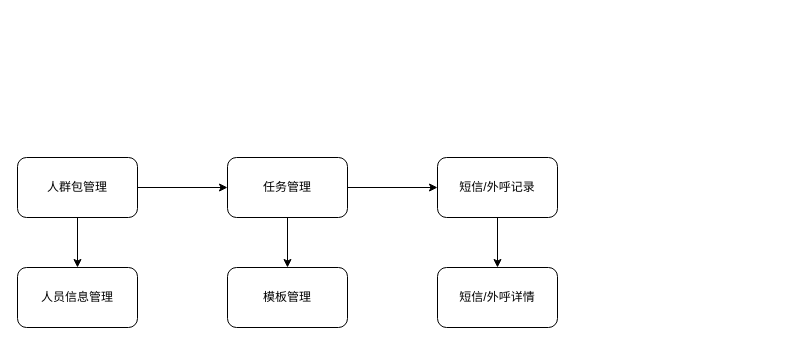
shoacom/docs keeps this draw.io diagram as 触达.drawio. Above is the earlier version. Source tidied: cells renumbered, new cells numbered last; positions are measured from the earlier drawing's top-left corner, leaving out a move shared by most shapes. Both pictures are drawn from the tidied source at 100%, with x=0, y=0 at pixel (17, 157).
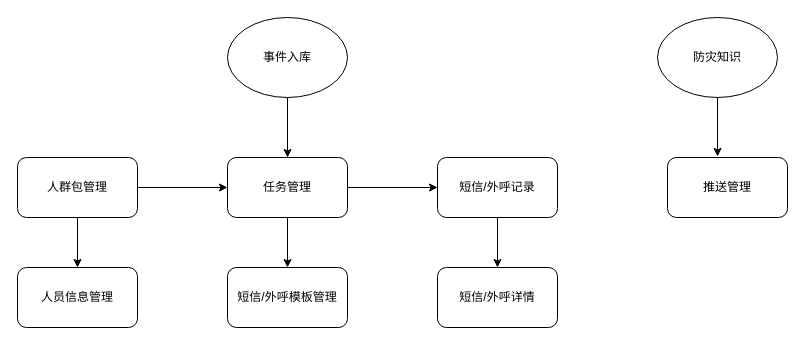
Above is the later version.

Diff of the diagram source:
```diff
@@
 <mxGraphModel>
   <root>
     <mxCell id="0" />
     <mxCell id="1" parent="0" />
     <mxCell id="2" value="人员信息管理" style="rounded=1;whiteSpace=wrap;html=1;" parent="1" vertex="1">
       <mxGeometry y="110" width="120" height="60" as="geometry" />
     </mxCell>
     <mxCell id="3" style="edgeStyle=orthogonalEdgeStyle;rounded=0;jettySize=auto;html=1;exitX=0.5;exitY=1;exitDx=0;exitDy=0;" parent="1" edge="1" source="5" target="2">
       <mxGeometry relative="1" as="geometry" />
     </mxCell>
     <mxCell id="4" style="edgeStyle=orthogonalEdgeStyle;rounded=0;jettySize=auto;html=1;exitX=1;exitY=0.5;exitDx=0;exitDy=0;entryX=0;entryY=0.5;entryDx=0;entryDy=0;" parent="1" edge="1" source="5" target="8">
       <mxGeometry relative="1" as="geometry" />
     </mxCell>
     <mxCell id="5" value="人群包管理" style="rounded=1;whiteSpace=wrap;html=1;" parent="1" vertex="1">
       <mxGeometry width="120" height="60" as="geometry" />
     </mxCell>
     <mxCell id="6" style="edgeStyle=orthogonalEdgeStyle;rounded=0;jettySize=auto;html=1;exitX=0.5;exitY=1;exitDx=0;exitDy=0;entryX=0.5;entryY=0;entryDx=0;entryDy=0;" parent="1" edge="1" source="8" target="9">
       <mxGeometry relative="1" as="geometry" />
     </mxCell>
     <mxCell id="7" style="edgeStyle=orthogonalEdgeStyle;rounded=0;jettySize=auto;html=1;exitX=1;exitY=0.5;exitDx=0;exitDy=0;entryX=0;entryY=0.5;entryDx=0;entryDy=0;" parent="1" edge="1" source="8" target="11">
       <mxGeometry relative="1" as="geometry" />
     </mxCell>
     <mxCell id="8" value="任务管理" style="rounded=1;whiteSpace=wrap;html=1;" parent="1" vertex="1">
       <mxGeometry x="210" width="120" height="60" as="geometry" />
     </mxCell>
-    <mxCell id="9" value="模板管理" style="rounded=1;whiteSpace=wrap;html=1;" parent="1" vertex="1">
+    <mxCell id="9" value="短信/外呼模板管理" style="rounded=1;whiteSpace=wrap;html=1;" parent="1" vertex="1">
       <mxGeometry x="210" y="110" width="120" height="60" as="geometry" />
     </mxCell>
     <mxCell id="10" style="edgeStyle=orthogonalEdgeStyle;rounded=0;jettySize=auto;html=1;exitX=0.5;exitY=1;exitDx=0;exitDy=0;entryX=0.5;entryY=0;entryDx=0;entryDy=0;" parent="1" edge="1" source="11" target="12">
       <mxGeometry relative="1" as="geometry" />
     </mxCell>
     <mxCell id="11" value="短信/外呼记录" style="rounded=1;whiteSpace=wrap;html=1;" parent="1" vertex="1">
       <mxGeometry x="420" width="120" height="60" as="geometry" />
     </mxCell>
     <mxCell id="12" value="短信/外呼详情" style="rounded=1;whiteSpace=wrap;html=1;" parent="1" vertex="1">
       <mxGeometry x="420" y="110" width="120" height="60" as="geometry" />
     </mxCell>
+    <mxCell id="13" style="edgeStyle=orthogonalEdgeStyle;rounded=0;jettySize=auto;html=1;exitX=0.5;exitY=1;exitDx=0;exitDy=0;entryX=0.5;entryY=0;entryDx=0;entryDy=0;" parent="1" edge="1" source="14" target="8">
+      <mxGeometry relative="1" as="geometry" />
+    </mxCell>
+    <mxCell id="14" value="事件入库" style="ellipse;whiteSpace=wrap;html=1;" parent="1" vertex="1">
+      <mxGeometry x="210" y="-140" width="120" height="80" as="geometry" />
+    </mxCell>
+    <mxCell id="15" value="推送管理" style="rounded=1;whiteSpace=wrap;html=1;" parent="1" vertex="1">
+      <mxGeometry x="650" width="120" height="60" as="geometry" />
+    </mxCell>
+    <mxCell id="16" style="edgeStyle=orthogonalEdgeStyle;rounded=0;jettySize=auto;html=1;entryX=0.417;entryY=-0.017;entryDx=0;entryDy=0;entryPerimeter=0;" parent="1" edge="1" source="17" target="15">
+      <mxGeometry relative="1" as="geometry" />
+    </mxCell>
+    <mxCell id="17" value="防灾知识" style="ellipse;whiteSpace=wrap;html=1;" parent="1" vertex="1">
+      <mxGeometry x="640" y="-140" width="120" height="80" as="geometry" />
+    </mxCell>
   </root>
 </mxGraphModel>
```
